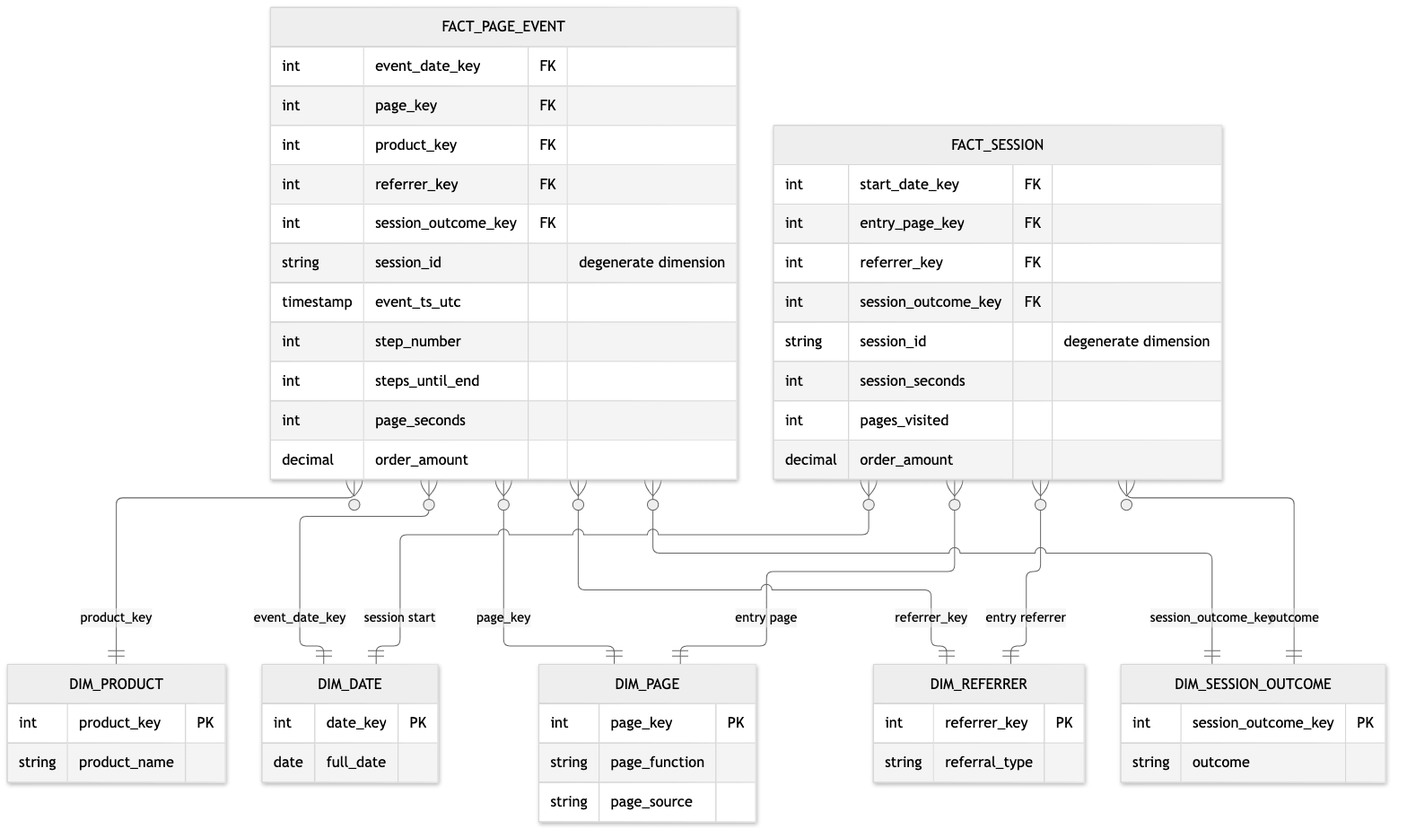
This is public/assets/data-warehouse-toolkit/ch15-clickstream-star.png from surfalytics/dataengineer_ru, a Mermaid export, as it was before one commit. Its source is kept beside it as scripts/kimball-diagrams/src/ch15-clickstream-star.mmd.
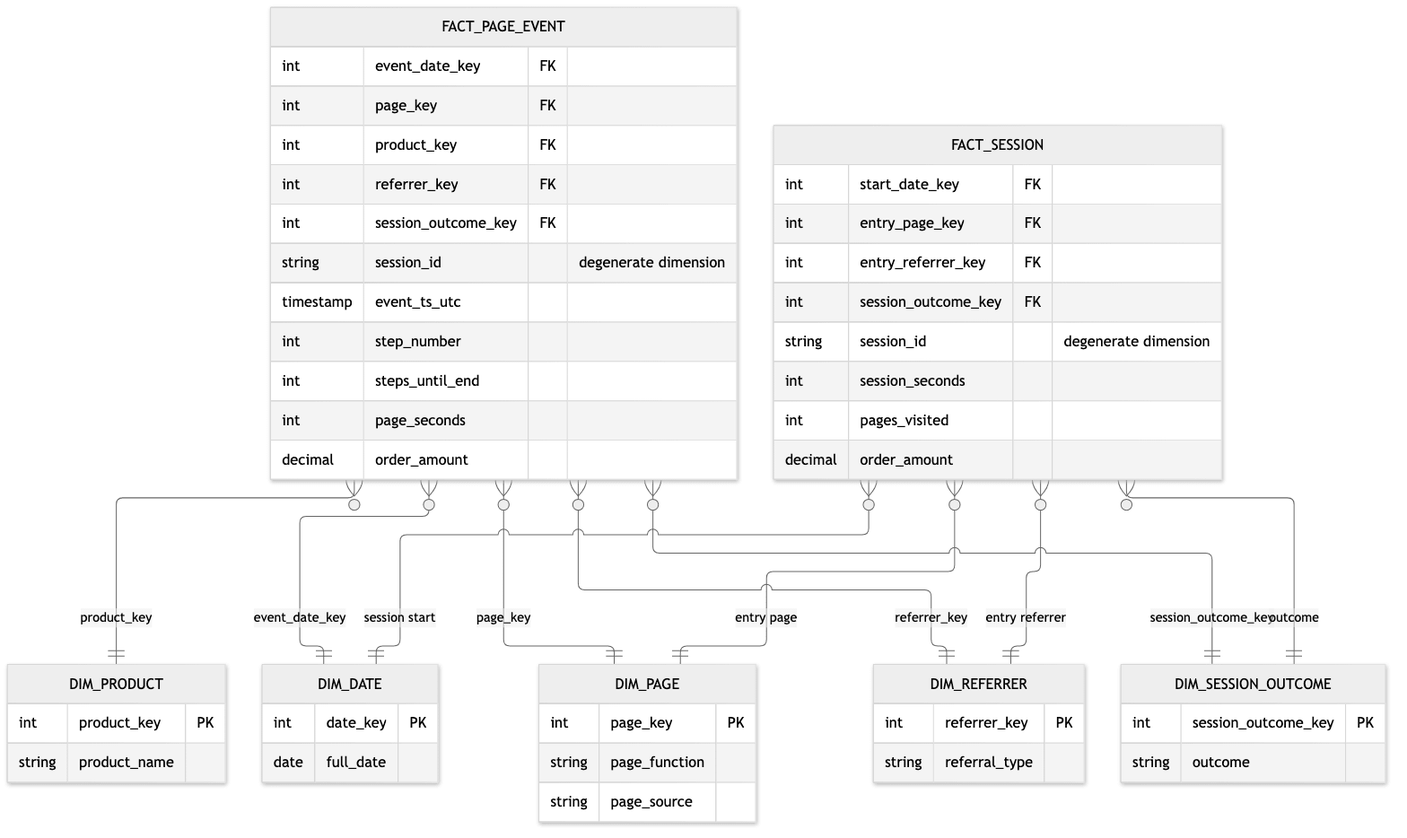
After the commit.

Change to the diagram source:
```diff
@@ -24,7 +24,7 @@
   FACT_SESSION {
     int start_date_key FK
     int entry_page_key FK
-    int referrer_key FK
+    int entry_referrer_key FK
     int session_outcome_key FK
     string session_id "degenerate dimension"
     int session_seconds
```
